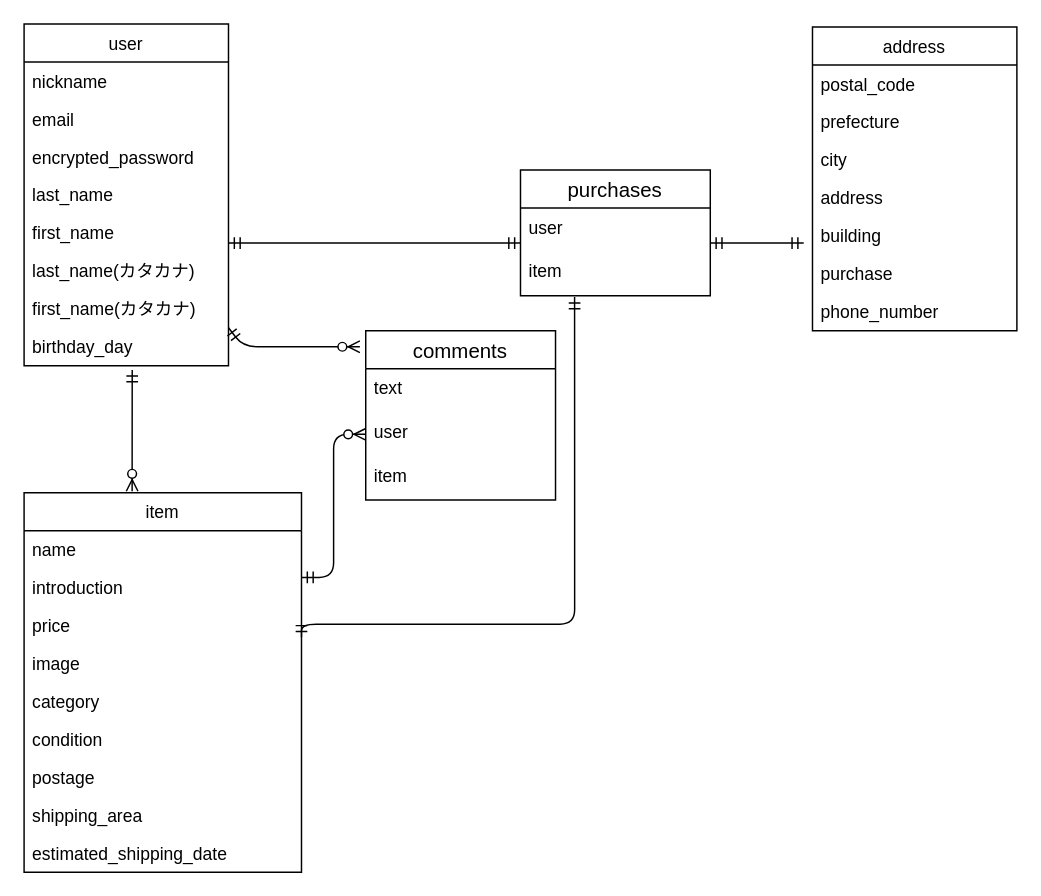
The draw.io diagram furima-31996.dio in mr0216/furima-31996, before the edit. Source tidied: cells renumbered, new cells numbered last; positions are measured from the earlier drawing's top-left corner, leaving out a move shared by most shapes. Both pictures are drawn from the tidied source at 146%, with x=0, y=0 at pixel (23, 23).
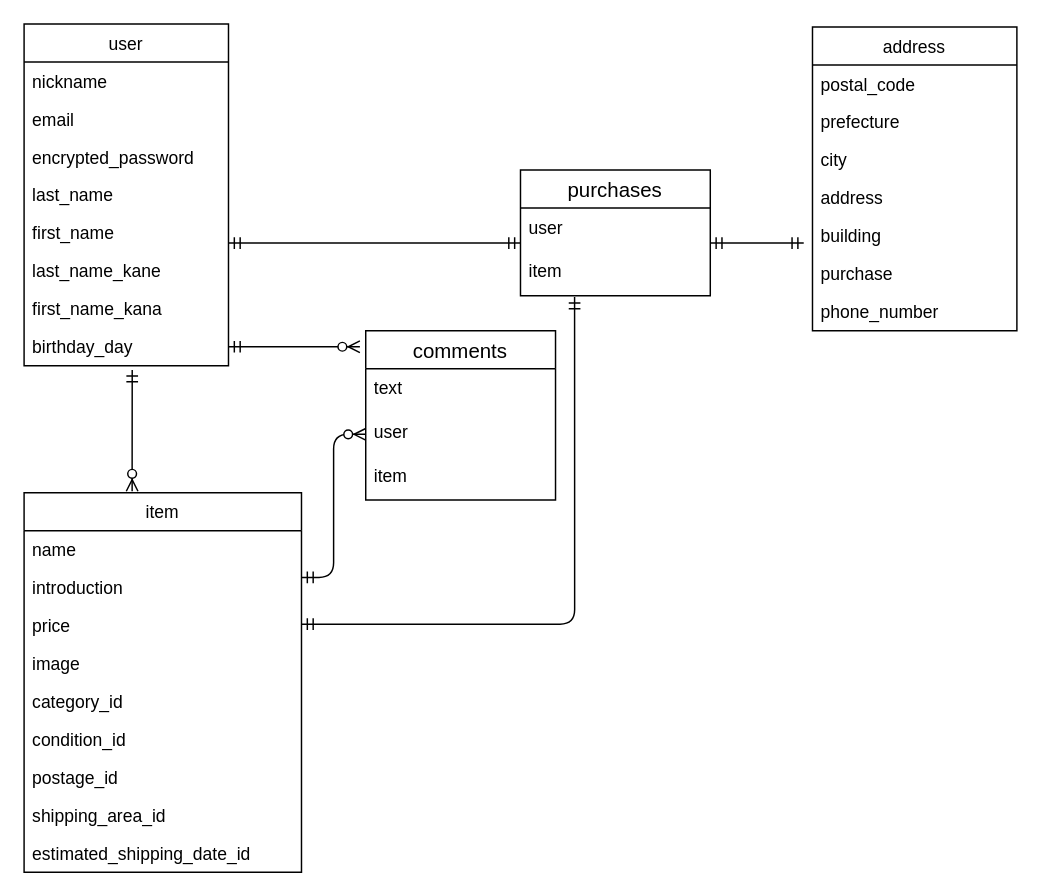
The same diagram, later.

Commit message (it also covers changes not shown here):
READEME,ER図修正3

The change refers to these unchanged cells:
```xml
<mxCell id="2" value="user" style="swimlane;fontStyle=0;horizontal=1;startSize=26;fillColor=none;" parent="1" vertex="1">
  <mxGeometry width="140" height="234" as="geometry" />
</mxCell>
<mxCell id="10" value="birthday_day" style="text;strokeColor=none;fillColor=none;align=left;verticalAlign=top;spacingLeft=4;spacingRight=4;overflow=hidden;points=[[0,0.5],[1,0.5]];portConstraint=eastwest;" parent="2" vertex="1">
  <mxGeometry y="208" width="140" height="26" as="geometry" />
</mxCell>
<mxCell id="12" value="item" style="swimlane;fontStyle=0;horizontal=1;startSize=26;fillColor=none;" parent="1" vertex="1">
  <mxGeometry y="321" width="190" height="260" as="geometry" />
</mxCell>
<mxCell id="33" value="item" style="text;strokeColor=none;fillColor=none;spacingLeft=4;spacingRight=4;overflow=hidden;points=[[0,0.5],[1,0.5]];portConstraint=eastwest;fontSize=12;" parent="31" vertex="1">
  <mxGeometry y="56" width="130" height="30" as="geometry" />
</mxCell>
```

What changed in the source:
```diff
@@
-    <mxCell id="8" value="last_name(カタカナ)" style="text;strokeColor=none;fillColor=none;align=left;verticalAlign=top;spacingLeft=4;spacingRight=4;overflow=hidden;" parent="2" vertex="1">
+    <mxCell id="8" value="last_name_kane" style="text;strokeColor=none;fillColor=none;align=left;verticalAlign=top;spacingLeft=4;spacingRight=4;overflow=hidden;" parent="2" vertex="1">
       <mxGeometry y="156" width="140" height="26" as="geometry" />
     </mxCell>
-    <mxCell id="9" value="first_name(カタカナ)" style="text;strokeColor=none;fillColor=none;align=left;verticalAlign=top;spacingLeft=4;spacingRight=4;overflow=hidden;" parent="2" vertex="1">
+    <mxCell id="9" value="first_name_kana" style="text;strokeColor=none;fillColor=none;align=left;verticalAlign=top;spacingLeft=4;spacingRight=4;overflow=hidden;" parent="2" vertex="1">
       <mxGeometry y="182" width="140" height="26" as="geometry" />
     </mxCell>
@@
-    <mxCell id="17" value="category" style="text;strokeColor=none;fillColor=none;align=left;verticalAlign=top;spacingLeft=4;spacingRight=4;overflow=hidden;" parent="12" vertex="1">
+    <mxCell id="17" value="category_id" style="text;strokeColor=none;fillColor=none;align=left;verticalAlign=top;spacingLeft=4;spacingRight=4;overflow=hidden;" parent="12" vertex="1">
       <mxGeometry y="130" width="190" height="26" as="geometry" />
     </mxCell>
-    <mxCell id="18" value="condition" style="text;strokeColor=none;fillColor=none;align=left;verticalAlign=top;spacingLeft=4;spacingRight=4;overflow=hidden;" parent="12" vertex="1">
+    <mxCell id="18" value="condition_id" style="text;strokeColor=none;fillColor=none;align=left;verticalAlign=top;spacingLeft=4;spacingRight=4;overflow=hidden;" parent="12" vertex="1">
       <mxGeometry y="156" width="190" height="26" as="geometry" />
     </mxCell>
-    <mxCell id="19" value="postage" style="text;strokeColor=none;fillColor=none;align=left;verticalAlign=top;spacingLeft=4;spacingRight=4;overflow=hidden;" parent="12" vertex="1">
+    <mxCell id="19" value="postage_id" style="text;strokeColor=none;fillColor=none;align=left;verticalAlign=top;spacingLeft=4;spacingRight=4;overflow=hidden;" parent="12" vertex="1">
       <mxGeometry y="182" width="190" height="26" as="geometry" />
     </mxCell>
-    <mxCell id="20" value="shipping_area" style="text;strokeColor=none;fillColor=none;align=left;verticalAlign=top;spacingLeft=4;spacingRight=4;overflow=hidden;" parent="12" vertex="1">
+    <mxCell id="20" value="shipping_area_id" style="text;strokeColor=none;fillColor=none;align=left;verticalAlign=top;spacingLeft=4;spacingRight=4;overflow=hidden;" parent="12" vertex="1">
       <mxGeometry y="208" width="190" height="26" as="geometry" />
     </mxCell>
-    <mxCell id="21" value="estimated_shipping_date" style="text;strokeColor=none;fillColor=none;align=left;verticalAlign=top;spacingLeft=4;spacingRight=4;overflow=hidden;" parent="12" vertex="1">
+    <mxCell id="21" value="estimated_shipping_date_id" style="text;strokeColor=none;fillColor=none;align=left;verticalAlign=top;spacingLeft=4;spacingRight=4;overflow=hidden;" parent="12" vertex="1">
       <mxGeometry y="234" width="190" height="26" as="geometry" />
     </mxCell>
@@
-    <mxCell id="23" style="fontSize=12;html=1;endArrow=ERzeroToMany;startArrow=ERmandOne;exitX=1;exitY=0;exitDx=0;exitDy=0;exitPerimeter=0;" parent="1" edge="1" source="10">
+    <mxCell id="23" style="fontSize=12;html=1;endArrow=ERzeroToMany;startArrow=ERmandOne;exitX=1;exitY=0.5;exitDx=0;exitDy=0;" parent="1" edge="1" source="10">
       <mxGeometry relative="1" as="geometry">
         <mxPoint x="230" y="221" as="targetPoint" />
         <Array as="points">
           <mxPoint x="150" y="221" />
         </Array>
       </mxGeometry>
     </mxCell>
@@
     <mxCell id="26" style="edgeStyle=orthogonalEdgeStyle;fontSize=12;html=1;endArrow=ERmandOne;startArrow=ERmandOne;entryX=0.285;entryY=1.033;entryDx=0;entryDy=0;entryPerimeter=0;" parent="1" edge="1" target="33">
       <mxGeometry relative="1" as="geometry">
-        <mxPoint x="190" y="420" as="sourcePoint" />
+        <mxPoint x="190" y="411" as="sourcePoint" />
         <Array as="points">
-          <mxPoint x="190" y="411" />
           <mxPoint x="377" y="411" />
         </Array>
       </mxGeometry>
     </mxCell>
```
